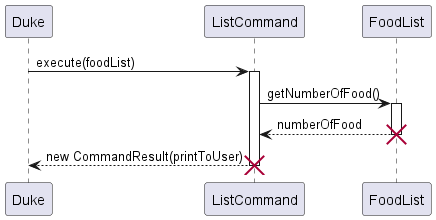
tsx0314/tp keeps this PlantUML diagram as docs/images/ListCommandSequenceDiagram.png. Above is the earlier version.
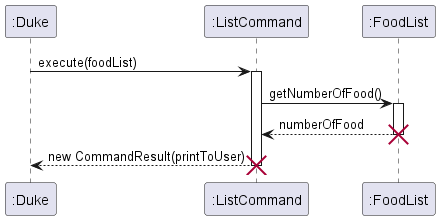
Above is the later version.

What changed in the source:
```diff
@@ -1,19 +1,19 @@
 @startuml
 
-Participant Duke
-Participant ListCommand
-Participant FoodList
+Participant ":Duke"
+Participant ":ListCommand"
+Participant ":FoodList"
 
-Duke -> ListCommand: execute(foodList)
-activate ListCommand
-ListCommand -> FoodList: getNumberOfFood()
-activate FoodList
-ListCommand <-- FoodList: numberOfFood
-deactivate FoodList
-destroy FoodList
+":Duke" -> ":ListCommand": execute(foodList)
+activate ":ListCommand"
+":ListCommand" -> ":FoodList": getNumberOfFood()
+activate ":FoodList"
+":ListCommand" <-- ":FoodList": numberOfFood
+deactivate ":FoodList"
+destroy ":FoodList"
 
-ListCommand --> Duke: new CommandResult(printToUser)
-deactivate ListCommand
-destroy ListCommand
+":ListCommand" --> ":Duke": new CommandResult(printToUser)
+deactivate ":ListCommand"
+destroy ":ListCommand"
 
 @enduml
```
